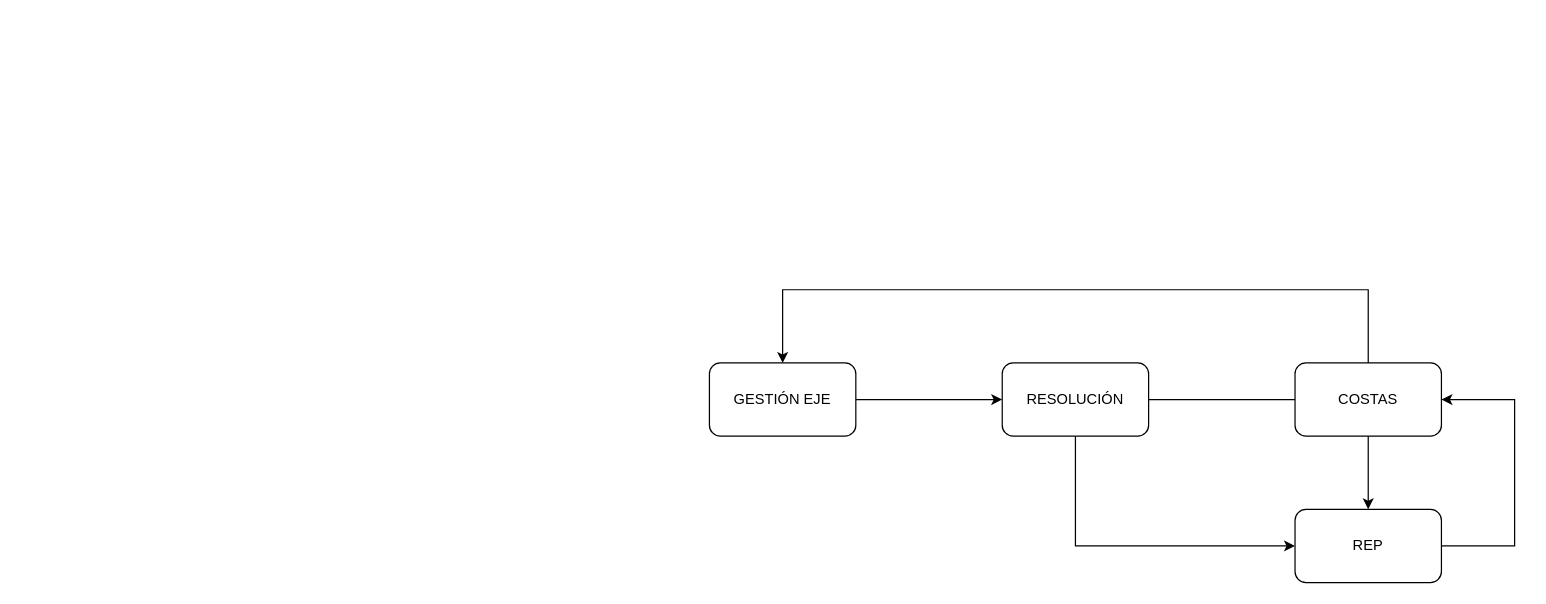
rlop666/diagramas keeps this draw.io diagram as page "EJE" (3 of 4) of mierdas.drawio. Above is the earlier version. Source tidied: cells renumbered, new cells numbered last; positions are measured from the earlier drawing's top-left corner, leaving out a move shared by most shapes. Both pictures are drawn from the tidied source at 122%, with x=0, y=0 at pixel (709, 289).
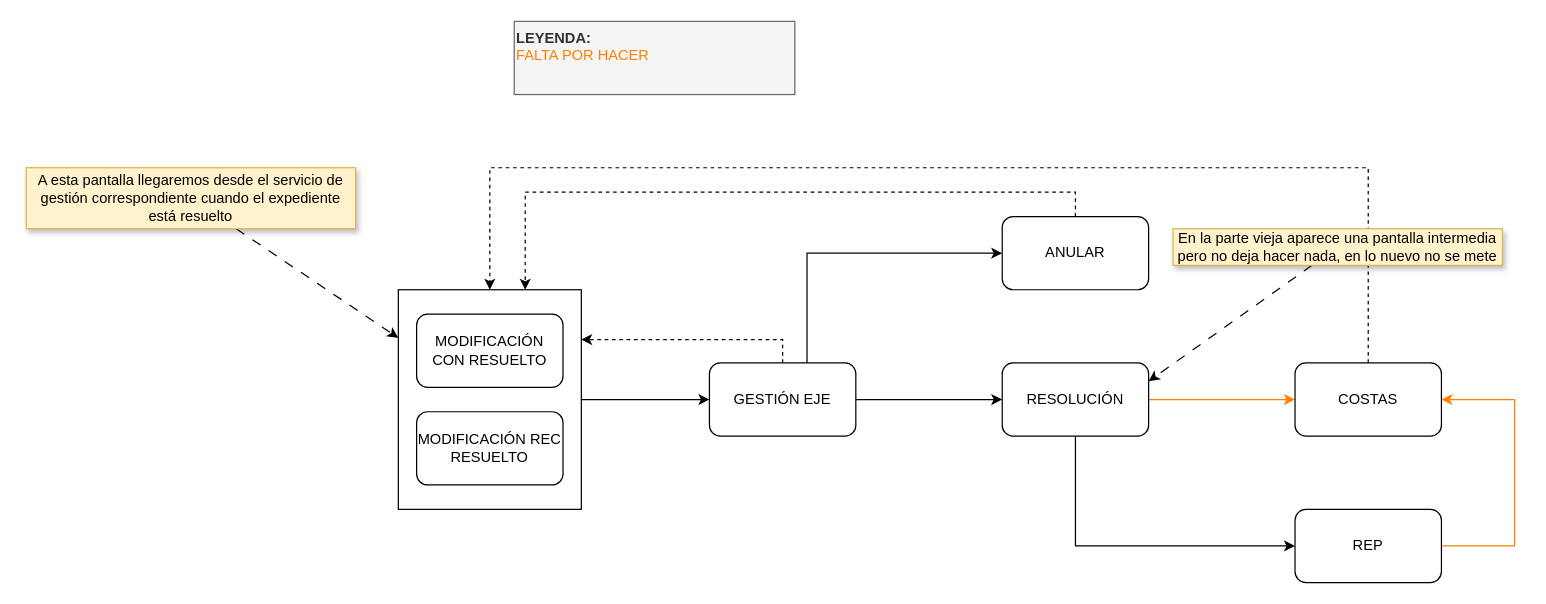
After the change.

The change refers to these unchanged cells:
```xml
<mxCell id="3" value="GESTIÓN EJE" style="rounded=1;whiteSpace=wrap;html=1;" parent="1" vertex="1">
  <mxGeometry y="60" width="120" height="60" as="geometry" />
</mxCell>
<mxCell id="6" value="RESOLUCIÓN" style="rounded=1;whiteSpace=wrap;html=1;" parent="1" vertex="1">
  <mxGeometry x="240" y="60" width="120" height="60" as="geometry" />
</mxCell>
<mxCell id="8" value="REP" style="rounded=1;whiteSpace=wrap;html=1;" parent="1" vertex="1">
  <mxGeometry x="480" y="180" width="120" height="60" as="geometry" />
</mxCell>
<mxCell id="10" value="COSTAS" style="rounded=1;whiteSpace=wrap;html=1;" parent="1" vertex="1">
  <mxGeometry x="480" y="60" width="120" height="60" as="geometry" />
</mxCell>
```

Change to the diagram source:
```diff
@@
+    <mxCell id="11" style="rounded=0;whiteSpace=wrap;html=1;" parent="1" vertex="1">
+      <mxGeometry x="-255" width="150" height="180" as="geometry" />
+    </mxCell>
@@
+    <mxCell id="12" style="edgeStyle=orthogonalEdgeStyle;rounded=0;jettySize=auto;html=1;dashed=1;" parent="1" edge="1" source="10" target="11">
+      <mxGeometry relative="1" as="geometry">
+        <Array as="points">
+          <mxPoint x="540" y="-100" />
+          <mxPoint x="-180" y="-100" />
+        </Array>
+      </mxGeometry>
+    </mxCell>
+    <mxCell id="13" style="edgeStyle=orthogonalEdgeStyle;rounded=0;jettySize=auto;html=1;entryX=0;entryY=0.5;entryDx=0;entryDy=0;" parent="1" edge="1" source="3" target="23">
+      <mxGeometry relative="1" as="geometry">
+        <Array as="points">
+          <mxPoint x="80" y="-30" />
+        </Array>
+      </mxGeometry>
+    </mxCell>
@@
-    <mxCell id="4" style="edgeStyle=orthogonalEdgeStyle;rounded=0;jettySize=auto;html=1;" parent="1" edge="1" source="6" target="8">
-      <mxGeometry relative="1" as="geometry" />
+    <mxCell id="4" style="edgeStyle=orthogonalEdgeStyle;rounded=0;jettySize=auto;html=1;strokeColor=#FF8000;" parent="1" edge="1" source="6" target="10">
+      <mxGeometry relative="1" as="geometry">
+        <Array as="points">
+          <mxPoint x="420" y="90" />
+          <mxPoint x="420" y="90" />
+        </Array>
+      </mxGeometry>
     </mxCell>
@@
-    <mxCell id="7" style="edgeStyle=orthogonalEdgeStyle;rounded=0;jettySize=auto;html=1;" parent="1" edge="1" source="8" target="10">
+    <mxCell id="7" style="edgeStyle=orthogonalEdgeStyle;rounded=0;jettySize=auto;html=1;strokeColor=#FF8000;" parent="1" edge="1" source="8" target="10">
       <mxGeometry relative="1" as="geometry">
         <Array as="points">
           <mxPoint x="660" y="210" />
           <mxPoint x="660" y="90" />
         </Array>
       </mxGeometry>
     </mxCell>
@@
-    <mxCell id="9" style="edgeStyle=orthogonalEdgeStyle;rounded=0;jettySize=auto;html=1;" parent="1" edge="1" source="10" target="3">
-      <mxGeometry relative="1" as="geometry">
-        <Array as="points">
-          <mxPoint x="540" />
-          <mxPoint x="60" />
-        </Array>
-      </mxGeometry>
-    </mxCell>
@@
+    <mxCell id="14" style="rounded=0;jettySize=auto;html=1;entryX=1;entryY=0.25;entryDx=0;entryDy=0;dashed=1;dashPattern=8 8;" parent="1" edge="1" source="15" target="6">
+      <mxGeometry relative="1" as="geometry" />
+    </mxCell>
+    <mxCell id="15" value="En la parte vieja aparece una pantalla intermedia pero no deja hacer nada, en lo nuevo no se mete" style="text;html=1;align=center;verticalAlign=middle;whiteSpace=wrap;rounded=0;fillColor=#fff2cc;shadow=1;strokeColor=#d6b656;" parent="1" vertex="1">
+      <mxGeometry x="380" y="-50" width="270" height="30" as="geometry" />
+    </mxCell>
+    <mxCell id="16" style="edgeStyle=orthogonalEdgeStyle;rounded=0;jettySize=auto;html=1;" parent="1" edge="1" source="11" target="3">
+      <mxGeometry relative="1" as="geometry" />
+    </mxCell>
+    <mxCell id="17" value="MODIFICACIÓN CON RESUELTO" style="rounded=1;whiteSpace=wrap;html=1;" parent="1" vertex="1">
+      <mxGeometry x="-240" y="20" width="120" height="60" as="geometry" />
+    </mxCell>
+    <mxCell id="18" value="MODIFICACIÓN REC RESUELTO" style="rounded=1;whiteSpace=wrap;html=1;" parent="1" vertex="1">
+      <mxGeometry x="-240" y="100" width="120" height="60" as="geometry" />
+    </mxCell>
+    <mxCell id="19" style="edgeStyle=orthogonalEdgeStyle;rounded=0;jettySize=auto;html=1;entryX=0.999;entryY=0.227;entryDx=0;entryDy=0;entryPerimeter=0;dashed=1;" parent="1" edge="1" source="3" target="11">
+      <mxGeometry relative="1" as="geometry">
+        <Array as="points">
+          <mxPoint x="60" y="41" />
+        </Array>
+      </mxGeometry>
+    </mxCell>
+    <mxCell id="20" style="rounded=0;jettySize=auto;html=1;dashed=1;dashPattern=8 8;" parent="1" edge="1" source="21" target="11">
+      <mxGeometry relative="1" as="geometry" />
+    </mxCell>
+    <mxCell id="21" value="A esta pantalla llegaremos desde el servicio de gestión correspondiente cuando el expediente está resuelto" style="text;html=1;align=center;verticalAlign=middle;whiteSpace=wrap;rounded=0;fillColor=#fff2cc;shadow=1;strokeColor=#d6b656;" parent="1" vertex="1">
+      <mxGeometry x="-560" y="-100" width="270" height="50" as="geometry" />
+    </mxCell>
+    <mxCell id="22" value="&lt;div&gt;&lt;b&gt;LEYENDA:&lt;/b&gt;&lt;/div&gt;&lt;font color=&quot;#ff8000&quot;&gt;FALTA POR HACER&lt;/font&gt;" style="text;html=1;align=left;verticalAlign=top;whiteSpace=wrap;rounded=0;shadow=0;fillColor=#f5f5f5;fontColor=#333333;strokeColor=#666666;" parent="1" vertex="1">
+      <mxGeometry x="-160" y="-220" width="230" height="60" as="geometry" />
+    </mxCell>
+    <mxCell id="23" value="ANULAR" style="rounded=1;whiteSpace=wrap;html=1;" parent="1" vertex="1">
+      <mxGeometry x="240" y="-60" width="120" height="60" as="geometry" />
+    </mxCell>
+    <mxCell id="24" style="edgeStyle=orthogonalEdgeStyle;rounded=0;jettySize=auto;html=1;dashed=1;" parent="1" edge="1" source="23" target="11">
+      <mxGeometry relative="1" as="geometry">
+        <Array as="points">
+          <mxPoint x="300" y="-80" />
+          <mxPoint x="-151" y="-80" />
+        </Array>
+      </mxGeometry>
+    </mxCell>
```
